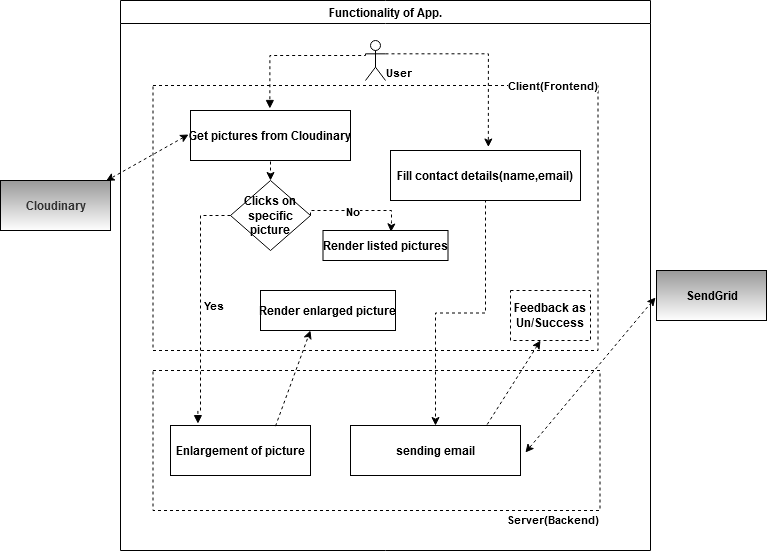
Before: Diagram2st.drawio.png, a diagram exported from draw.io (Dan88Hus/DLBCSPJWD01). Source tidied: cells renumbered, new cells last; positions are measured from the earlier drawing's top-left corner, leaving out a move shared by most shapes.
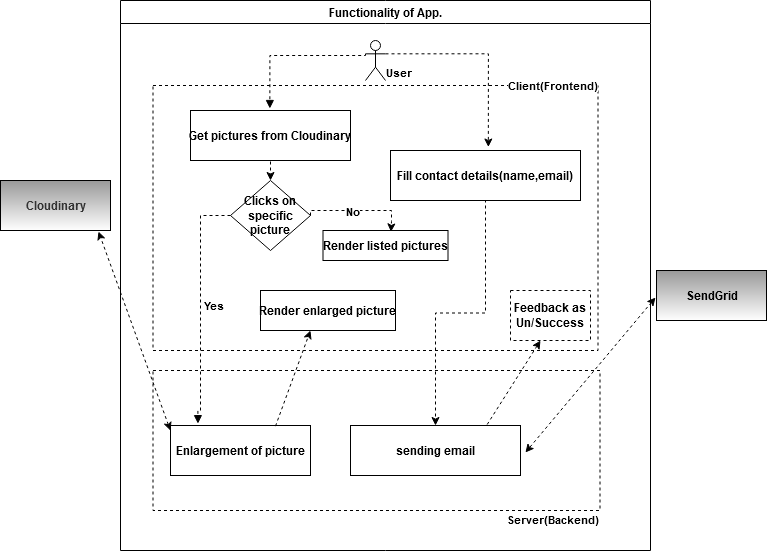
The same file after the commit.

The edit, as a diff of the source:
```diff
@@ -103,7 +103,7 @@
     <mxCell id="26" value="Cloudinary" style="html=1;fillColor=#999999;strokeColor=#000000;fontColor=#333333;gradientColor=#ffffff;fontStyle=1;" parent="1" vertex="1">
       <mxGeometry y="180" width="110" height="50" as="geometry" />
     </mxCell>
-    <mxCell id="27" style="endArrow=classic;startArrow=classic;html=1;rounded=1;exitX=-0.012;exitY=0.48;exitDx=0;exitDy=0;exitPerimeter=0;strokeColor=default;shadow=0;sketch=0;dashed=1;entryX=0.96;entryY=0.008;entryDx=0;entryDy=0;fontStyle=1;entryPerimeter=0;" parent="1" edge="1" source="7" target="26">
+    <mxCell id="27" style="endArrow=classic;startArrow=classic;html=1;rounded=1;exitX=0.039;exitY=0.429;exitDx=0;exitDy=0;exitPerimeter=0;strokeColor=default;shadow=0;sketch=0;dashed=1;entryX=0.891;entryY=1.02;entryDx=0;entryDy=0;fontStyle=1;entryPerimeter=0;" parent="1" edge="1" source="3" target="26">
       <mxGeometry relative="1" as="geometry" />
     </mxCell>
     <mxCell id="28" value="SendGrid" style="html=1;fillColor=#999999;gradientColor=#ffffff;fontStyle=1;" parent="1" vertex="1">
```
